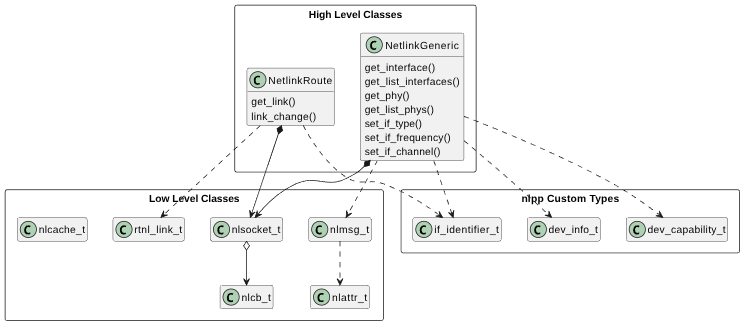
Earlier version of the PlantUML export doc/classes.png (JohnHop/nlpp). Its source is kept beside it as doc/classes.puml.
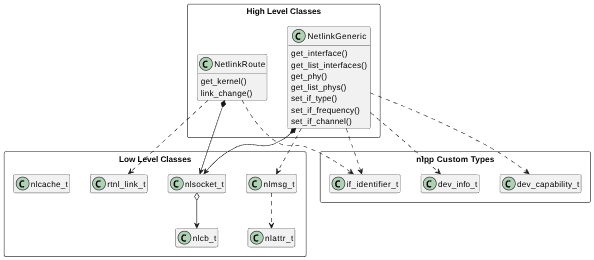
After the commit.

The edit, as a diff of the source:
```diff
@@ -16,7 +16,7 @@
   }
 
   class NetlinkRoute {
-    get_link()
+    get_kernel()
     link_change()
   }
 }
```
